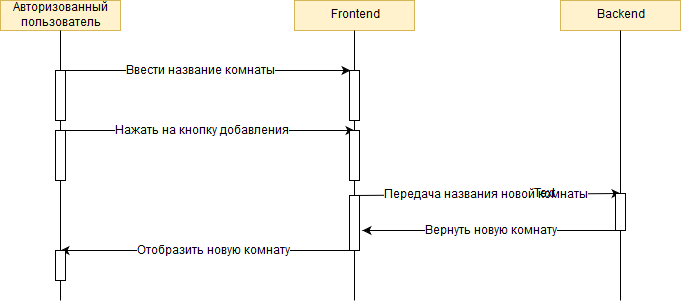
The draw.io diagram Diagram/Sequence/Createroom.png in EvgeniiAleinikov/TRiTPO, before a commit. Source tidied: cells renumbered, new cells last; positions are measured from the earlier drawing's top-left corner, leaving out a move shared by most shapes. The source it was exported from:
```xml
<mxGraphModel background="#ffffff">
  <root>
    <mxCell id="0" />
    <mxCell id="1" parent="0" />
    <mxCell id="2" value="Авторизованный&lt;br&gt;пользователь" style="rounded=0;whiteSpace=wrap;html=1;fillColor=#fff2cc;strokeColor=#d6b656;" parent="1" vertex="1">
      <mxGeometry width="120" height="30" as="geometry" />
    </mxCell>
    <mxCell id="3" value="Frontend" style="rounded=0;whiteSpace=wrap;html=1;fillColor=#fff2cc;strokeColor=#d6b656;" parent="1" vertex="1">
      <mxGeometry x="294" width="120" height="30" as="geometry" />
    </mxCell>
    <mxCell id="4" value="Backend" style="rounded=0;whiteSpace=wrap;html=1;fillColor=#fff2cc;strokeColor=#d6b656;" parent="1" vertex="1">
      <mxGeometry x="560" width="120" height="30" as="geometry" />
    </mxCell>
    <mxCell id="5" style="endArrow=none;html=1;entryX=0.5;entryY=1;" parent="1" edge="1" source="8" target="2">
      <mxGeometry relative="1" as="geometry" />
    </mxCell>
    <mxCell id="6" style="endArrow=none;html=1;entryX=0.5;entryY=1;" parent="1" edge="1" source="18">
      <mxGeometry relative="1" as="geometry">
        <mxPoint x="354" y="30" as="targetPoint" />
      </mxGeometry>
    </mxCell>
    <mxCell id="7" style="endArrow=none;html=1;entryX=0.5;entryY=1;" parent="1" edge="1" source="22">
      <mxGeometry relative="1" as="geometry">
        <mxPoint x="620" y="30" as="targetPoint" />
      </mxGeometry>
    </mxCell>
    <mxCell id="8" style="rounded=0;whiteSpace=wrap;html=1;" parent="1" vertex="1">
      <mxGeometry x="55" y="70" width="10" height="50" as="geometry" />
    </mxCell>
    <mxCell id="9" style="endArrow=none;html=1;entryX=0.5;entryY=1;" parent="1" edge="1" target="8">
      <mxGeometry relative="1" as="geometry">
        <mxPoint x="60" y="300" as="sourcePoint" />
      </mxGeometry>
    </mxCell>
    <mxCell id="10" style="endArrow=classic;html=1;exitX=0.5;exitY=0;" parent="1" edge="1" source="8">
      <mxGeometry relative="1" as="geometry">
        <mxPoint x="350" y="70" as="targetPoint" />
      </mxGeometry>
    </mxCell>
    <mxCell id="11" value="Ввести название комнаты" style="text;html=1;align=center;verticalAlign=middle;labelBackgroundColor=#ffffff;direction=south;" parent="10" vertex="1">
      <mxGeometry x="-0.34" y="1" relative="1" as="geometry">
        <mxPoint x="45" y="1" as="offset" />
      </mxGeometry>
    </mxCell>
    <mxCell id="12" style="rounded=0;whiteSpace=wrap;html=1;" parent="1" vertex="1">
      <mxGeometry x="349" y="70" width="10" height="50" as="geometry" />
    </mxCell>
    <mxCell id="13" style="endArrow=none;html=1;entryX=0.5;entryY=1;" parent="1" edge="1" target="12">
      <mxGeometry relative="1" as="geometry">
        <mxPoint x="354" y="180" as="sourcePoint" />
      </mxGeometry>
    </mxCell>
    <mxCell id="14" style="rounded=0;whiteSpace=wrap;html=1;" parent="1" vertex="1">
      <mxGeometry x="55" y="130" width="10" height="50" as="geometry" />
    </mxCell>
    <mxCell id="15" style="endArrow=classic;html=1;entryX=0.5;entryY=0;" parent="1" edge="1" target="17">
      <mxGeometry relative="1" as="geometry">
        <mxPoint x="60" y="130" as="sourcePoint" />
      </mxGeometry>
    </mxCell>
    <mxCell id="16" value="Нажать на кнопку добавления" style="text;html=1;align=center;verticalAlign=middle;labelBackgroundColor=#ffffff;direction=south;" parent="15" vertex="1">
      <mxGeometry x="-0.34" y="1" relative="1" as="geometry">
        <mxPoint x="45" y="1" as="offset" />
      </mxGeometry>
    </mxCell>
    <mxCell id="17" style="rounded=0;whiteSpace=wrap;html=1;" parent="1" vertex="1">
      <mxGeometry x="349" y="130" width="10" height="50" as="geometry" />
    </mxCell>
    <mxCell id="18" style="rounded=0;whiteSpace=wrap;html=1;" parent="1" vertex="1">
      <mxGeometry x="349" y="195" width="10" height="55" as="geometry" />
    </mxCell>
    <mxCell id="19" style="endArrow=none;html=1;entryX=0.5;entryY=1;" parent="1" edge="1" target="18">
      <mxGeometry relative="1" as="geometry">
        <mxPoint x="354" y="300" as="sourcePoint" />
      </mxGeometry>
    </mxCell>
    <mxCell id="20" style="endArrow=classic;html=1;exitX=0.5;exitY=0;entryX=0.5;entryY=0;" parent="1" edge="1" target="22">
      <mxGeometry relative="1" as="geometry">
        <mxPoint x="354" y="195" as="sourcePoint" />
      </mxGeometry>
    </mxCell>
    <mxCell id="21" value="Передача названия новой комнаты" style="text;html=1;align=center;verticalAlign=middle;labelBackgroundColor=#ffffff;direction=south;" parent="20" vertex="1">
      <mxGeometry x="-0.34" y="1" relative="1" as="geometry">
        <mxPoint x="45" y="1" as="offset" />
      </mxGeometry>
    </mxCell>
    <mxCell id="22" style="rounded=0;whiteSpace=wrap;html=1;" parent="1" vertex="1">
      <mxGeometry x="615" y="193" width="10" height="37" as="geometry" />
    </mxCell>
    <mxCell id="23" style="endArrow=none;html=1;entryX=0.5;entryY=1;" parent="1" edge="1" target="22">
      <mxGeometry relative="1" as="geometry">
        <mxPoint x="620" y="300" as="sourcePoint" />
      </mxGeometry>
    </mxCell>
    <mxCell id="24" style="endArrow=classic;html=1;entryX=1.3;entryY=0.636;entryPerimeter=0;" parent="1" edge="1" target="18">
      <mxGeometry relative="1" as="geometry">
        <mxPoint x="620" y="230" as="sourcePoint" />
      </mxGeometry>
    </mxCell>
    <mxCell id="25" value="Вернуть новую комнату" style="text;html=1;align=center;verticalAlign=middle;labelBackgroundColor=#ffffff;direction=south;" parent="24" vertex="1">
      <mxGeometry x="-0.34" y="1" relative="1" as="geometry">
        <mxPoint x="-45" y="-1" as="offset" />
      </mxGeometry>
    </mxCell>
    <mxCell id="26" style="endArrow=classic;html=1;" parent="1" edge="1">
      <mxGeometry relative="1" as="geometry">
        <mxPoint x="354" y="250" as="sourcePoint" />
        <mxPoint x="60" y="250" as="targetPoint" />
      </mxGeometry>
    </mxCell>
    <mxCell id="27" value="Отобразить новую комнату" style="text;html=1;align=center;verticalAlign=middle;labelBackgroundColor=#ffffff;direction=south;" parent="26" vertex="1">
      <mxGeometry x="-0.34" y="1" relative="1" as="geometry">
        <mxPoint x="-45" y="-1" as="offset" />
      </mxGeometry>
    </mxCell>
    <mxCell id="28" style="rounded=0;whiteSpace=wrap;html=1;" parent="1" vertex="1">
      <mxGeometry x="55" y="250" width="10" height="30" as="geometry" />
    </mxCell>
    <mxCell id="29" style="endArrow=none;html=1;entryX=0.5;entryY=1;" parent="1" edge="1" target="28">
      <mxGeometry relative="1" as="geometry">
        <mxPoint x="60" y="280" as="sourcePoint" />
      </mxGeometry>
    </mxCell>
    <mxCell id="30" value="Text" style="text;html=1;align=left;verticalAlign=top;spacingTop=-4;" parent="1" vertex="1">
      <mxGeometry x="532" y="185" width="40" height="20" as="geometry" />
    </mxCell>
  </root>
</mxGraphModel>
```
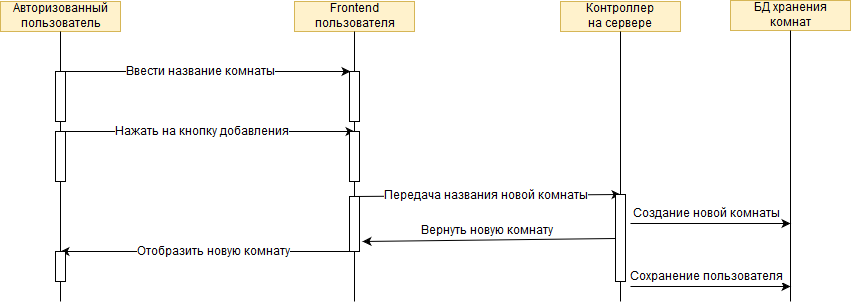
After the change.

Change to the diagram source:
```diff
@@ -5,10 +5,10 @@
     <mxCell id="2" value="Авторизованный&lt;br&gt;пользователь" style="rounded=0;whiteSpace=wrap;html=1;fillColor=#fff2cc;strokeColor=#d6b656;" parent="1" vertex="1">
       <mxGeometry width="120" height="30" as="geometry" />
     </mxCell>
-    <mxCell id="3" value="Frontend" style="rounded=0;whiteSpace=wrap;html=1;fillColor=#fff2cc;strokeColor=#d6b656;" parent="1" vertex="1">
+    <mxCell id="3" value="Frontend&lt;br&gt;пользователя" style="rounded=0;whiteSpace=wrap;html=1;fillColor=#fff2cc;strokeColor=#d6b656;" parent="1" vertex="1">
       <mxGeometry x="294" width="120" height="30" as="geometry" />
     </mxCell>
-    <mxCell id="4" value="Backend" style="rounded=0;whiteSpace=wrap;html=1;fillColor=#fff2cc;strokeColor=#d6b656;" parent="1" vertex="1">
+    <mxCell id="4" value="Контроллер &lt;br&gt;на сервере" style="rounded=0;whiteSpace=wrap;html=1;fillColor=#fff2cc;strokeColor=#d6b656;" parent="1" vertex="1">
       <mxGeometry x="560" width="120" height="30" as="geometry" />
     </mxCell>
     <mxCell id="5" style="endArrow=none;html=1;entryX=0.5;entryY=1;" parent="1" edge="1" source="8" target="2">
@@ -85,21 +85,21 @@
       </mxGeometry>
     </mxCell>
     <mxCell id="22" style="rounded=0;whiteSpace=wrap;html=1;" parent="1" vertex="1">
-      <mxGeometry x="615" y="193" width="10" height="37" as="geometry" />
+      <mxGeometry x="615" y="193" width="10" height="87" as="geometry" />
     </mxCell>
     <mxCell id="23" style="endArrow=none;html=1;entryX=0.5;entryY=1;" parent="1" edge="1" target="22">
       <mxGeometry relative="1" as="geometry">
         <mxPoint x="620" y="300" as="sourcePoint" />
       </mxGeometry>
     </mxCell>
-    <mxCell id="24" style="endArrow=classic;html=1;entryX=1.3;entryY=0.636;entryPerimeter=0;" parent="1" edge="1" target="18">
+    <mxCell id="24" style="endArrow=classic;html=1;exitX=0;exitY=0.5;" parent="1" edge="1" source="22">
       <mxGeometry relative="1" as="geometry">
-        <mxPoint x="620" y="230" as="sourcePoint" />
+        <mxPoint x="362" y="240" as="targetPoint" />
       </mxGeometry>
     </mxCell>
     <mxCell id="25" value="Вернуть новую комнату" style="text;html=1;align=center;verticalAlign=middle;labelBackgroundColor=#ffffff;direction=south;" parent="24" vertex="1">
       <mxGeometry x="-0.34" y="1" relative="1" as="geometry">
-        <mxPoint x="-45" y="-1" as="offset" />
+        <mxPoint x="-46" y="-9" as="offset" />
       </mxGeometry>
     </mxCell>
     <mxCell id="26" style="endArrow=classic;html=1;" parent="1" edge="1">
@@ -121,8 +121,36 @@
         <mxPoint x="60" y="280" as="sourcePoint" />
       </mxGeometry>
     </mxCell>
-    <mxCell id="30" value="Text" style="text;html=1;align=left;verticalAlign=top;spacingTop=-4;" parent="1" vertex="1">
-      <mxGeometry x="532" y="185" width="40" height="20" as="geometry" />
+    <mxCell id="30" value="БД хранения комнат" style="rounded=0;whiteSpace=wrap;html=1;fillColor=#fff2cc;strokeColor=#d6b656;" parent="1" vertex="1">
+      <mxGeometry x="730" y="-1" width="120" height="30" as="geometry" />
     </mxCell>
+    <mxCell id="31" style="endArrow=none;html=1;entryX=0.5;entryY=1;" parent="1" edge="1">
+      <mxGeometry relative="1" as="geometry">
+        <mxPoint x="790" y="300" as="sourcePoint" />
+        <mxPoint x="790" y="29" as="targetPoint" />
+      </mxGeometry>
+    </mxCell>
+    <mxCell id="32" style="endArrow=classic;html=1;" parent="1" edge="1">
+      <mxGeometry relative="1" as="geometry">
+        <mxPoint x="630" y="222" as="sourcePoint" />
+        <mxPoint x="790" y="222" as="targetPoint" />
+      </mxGeometry>
+    </mxCell>
+    <mxCell id="33" value="Создание новой комнаты" style="text;html=1;align=center;verticalAlign=middle;labelBackgroundColor=#ffffff;direction=south;" parent="32" vertex="1">
+      <mxGeometry x="-0.34" y="1" relative="1" as="geometry">
+        <mxPoint x="24" y="-9" as="offset" />
+      </mxGeometry>
+    </mxCell>
+    <mxCell id="34" style="endArrow=classic;html=1;" parent="1" edge="1">
+      <mxGeometry relative="1" as="geometry">
+        <mxPoint x="630" y="285" as="sourcePoint" />
+        <mxPoint x="790" y="285" as="targetPoint" />
+      </mxGeometry>
+    </mxCell>
+    <mxCell id="35" value="Сохранение пользователя" style="text;html=1;align=center;verticalAlign=middle;labelBackgroundColor=#ffffff;direction=south;" parent="34" vertex="1">
+      <mxGeometry x="-0.34" y="1" relative="1" as="geometry">
+        <mxPoint x="24" y="-9" as="offset" />
+      </mxGeometry>
+    </mxCell>
   </root>
 </mxGraphModel>
```
